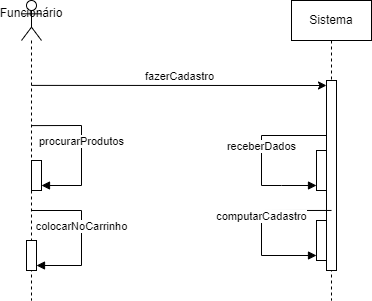
Zaibam/Desenvolvimento-De-Sistemas-1 keeps this draw.io diagram as Diagrama de sequência cliente.drawio.png. Above is the earlier version. Source tidied: cells renumbered, new cells last; positions are measured from the earlier drawing's top-left corner, leaving out a move shared by most shapes.
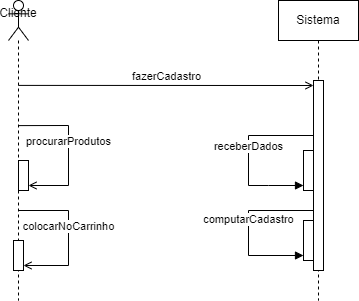
Later version of the same file.

The edit, as a diff of the source:
```diff
@@ -24,7 +24,7 @@
     <mxCell id="6" style="html=1;points=[[0,0,0,0,5],[0,1,0,0,-5],[1,0,0,0,5],[1,1,0,0,-5]];perimeter=orthogonalPerimeter;outlineConnect=0;targetShapes=umlLifeline;portConstraint=eastwest;newEdgeStyle={&quot;curved&quot;:0,&quot;rounded&quot;:0};" parent="2" vertex="1">
       <mxGeometry x="25" y="220" width="10" height="40" as="geometry" />
     </mxCell>
-    <mxCell id="7" value="computarCadastro" style="html=1;verticalAlign=bottom;endArrow=block;curved=0;rounded=0;exitX=0.5;exitY=0.684;exitDx=0;exitDy=0;exitPerimeter=0;entryX=0;entryY=1;entryDx=0;entryDy=-5;entryPerimeter=0;" parent="2" edge="1" source="3" target="6">
+    <mxCell id="7" value="computarCadastro" style="html=1;verticalAlign=bottom;endArrow=block;curved=0;rounded=0;entryX=0;entryY=1;entryDx=0;entryDy=-5;entryPerimeter=0;" parent="2" edge="1" source="3" target="6">
       <mxGeometry relative="1" as="geometry">
         <Array as="points">
           <mxPoint x="-30" y="210" />
@@ -32,13 +32,13 @@
         </Array>
       </mxGeometry>
     </mxCell>
-    <mxCell id="8" value="Funcionário&lt;div&gt;&lt;br&gt;&lt;/div&gt;" style="shape=umlLifeline;perimeter=lifelinePerimeter;whiteSpace=wrap;html=1;outlineConnect=0;portConstraint=eastwest;newEdgeStyle={&quot;curved&quot;:0,&quot;rounded&quot;:0};participant=umlActor;size=40;" parent="1" vertex="1">
+    <mxCell id="8" value="Cliente&lt;div&gt;&lt;br&gt;&lt;/div&gt;" style="shape=umlLifeline;perimeter=lifelinePerimeter;whiteSpace=wrap;html=1;outlineConnect=0;portConstraint=eastwest;newEdgeStyle={&quot;curved&quot;:0,&quot;rounded&quot;:0};participant=umlActor;size=40;" parent="1" vertex="1">
       <mxGeometry width="20" height="300" as="geometry" />
     </mxCell>
     <mxCell id="9" style="html=1;points=[[0,0,0,0,5],[0,1,0,0,-5],[1,0,0,0,5],[1,1,0,0,-5]];perimeter=orthogonalPerimeter;outlineConnect=0;targetShapes=umlLifeline;portConstraint=eastwest;newEdgeStyle={&quot;curved&quot;:0,&quot;rounded&quot;:0};" parent="8" vertex="1">
       <mxGeometry x="10" y="160" width="10" height="30" as="geometry" />
     </mxCell>
-    <mxCell id="10" value="procurarProdutos" style="html=1;verticalAlign=bottom;endArrow=block;curved=0;rounded=0;exitX=0.5;exitY=0.417;exitDx=0;exitDy=0;exitPerimeter=0;entryX=1;entryY=1;entryDx=0;entryDy=-5;entryPerimeter=0;" parent="8" edge="1" source="8" target="9">
+    <mxCell id="10" value="procurarProdutos" style="html=1;verticalAlign=bottom;endArrow=open;curved=0;rounded=0;exitX=0.5;exitY=0.417;exitDx=0;exitDy=0;exitPerimeter=0;entryX=1;entryY=1;entryDx=0;entryDy=-5;entryPerimeter=0;endFill=0;" parent="8" edge="1" source="8" target="9">
       <mxGeometry relative="1" as="geometry">
         <Array as="points">
           <mxPoint x="60" y="125" />
@@ -49,7 +49,7 @@
     <mxCell id="11" style="html=1;points=[[0,0,0,0,5],[0,1,0,0,-5],[1,0,0,0,5],[1,1,0,0,-5]];perimeter=orthogonalPerimeter;outlineConnect=0;targetShapes=umlLifeline;portConstraint=eastwest;newEdgeStyle={&quot;curved&quot;:0,&quot;rounded&quot;:0};" parent="8" vertex="1">
       <mxGeometry x="5" y="240" width="10" height="30" as="geometry" />
     </mxCell>
-    <mxCell id="12" value="colocarNoCarrinho" style="html=1;verticalAlign=bottom;endArrow=block;curved=0;rounded=0;entryX=1;entryY=1;entryDx=0;entryDy=-5;entryPerimeter=0;" parent="8" edge="1" source="8" target="11">
+    <mxCell id="12" value="colocarNoCarrinho" style="html=1;verticalAlign=bottom;endArrow=open;curved=0;rounded=0;entryX=1;entryY=1;entryDx=0;entryDy=-5;entryPerimeter=0;endFill=0;" parent="8" edge="1" source="8" target="11">
       <mxGeometry relative="1" as="geometry">
         <Array as="points">
           <mxPoint x="60" y="210" />
@@ -57,7 +57,7 @@
         </Array>
       </mxGeometry>
     </mxCell>
-    <mxCell id="13" value="fazerCadastro" style="html=1;verticalAlign=bottom;endArrow=classic;curved=0;rounded=0;exitX=0.5;exitY=0.283;exitDx=0;exitDy=0;exitPerimeter=0;entryX=0;entryY=0;entryDx=0;entryDy=5;entryPerimeter=0;endFill=1;" parent="1" edge="1" source="8" target="3">
+    <mxCell id="13" value="fazerCadastro" style="html=1;verticalAlign=bottom;endArrow=open;curved=0;rounded=0;exitX=0.5;exitY=0.283;exitDx=0;exitDy=0;exitPerimeter=0;entryX=0;entryY=0;entryDx=0;entryDy=5;entryPerimeter=0;endFill=0;" parent="1" edge="1" source="8" target="3">
       <mxGeometry relative="1" as="geometry" />
     </mxCell>
   </root>
```
